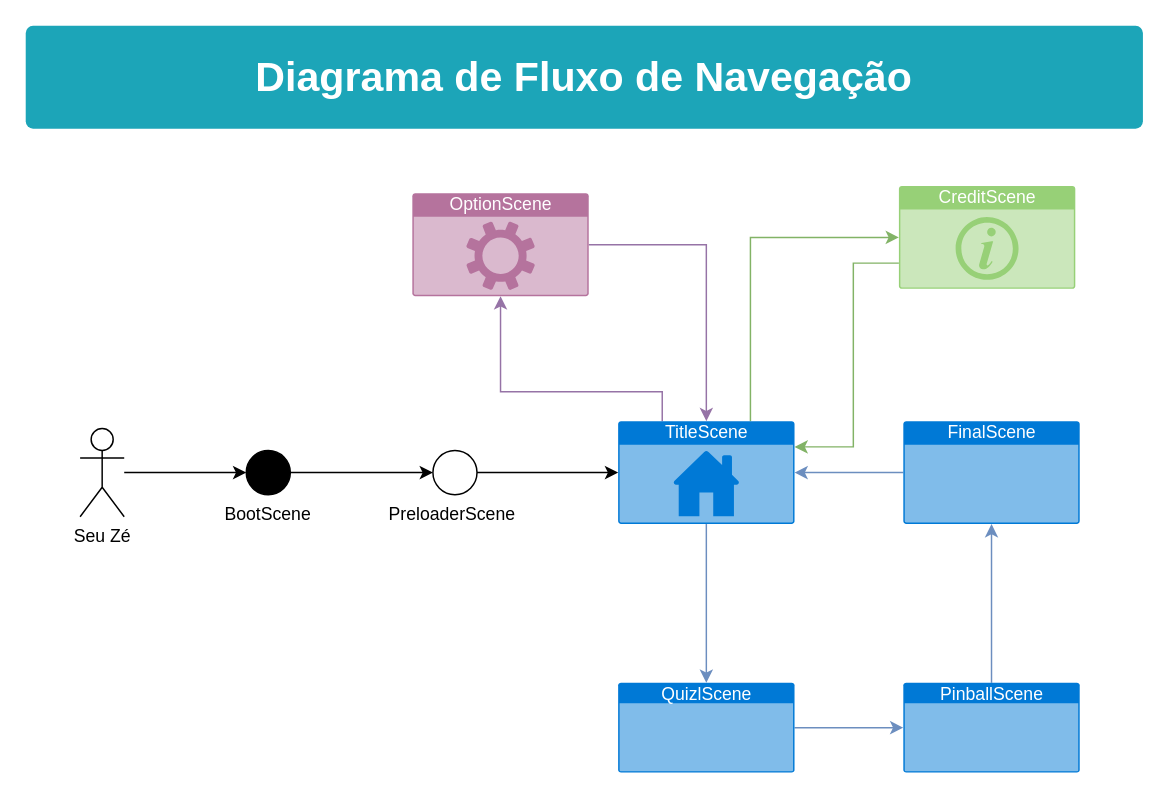
This is fluxoTela.drawio from mbacefor/knowSerpro, a draw.io file, before an edit. Source tidied: cells renumbered, new cells numbered last; positions are measured from the earlier drawing's top-left corner, leaving out a move shared by most shapes. Both pictures are drawn from the tidied source at 147%, with x=0, y=0 at pixel (25, 25).
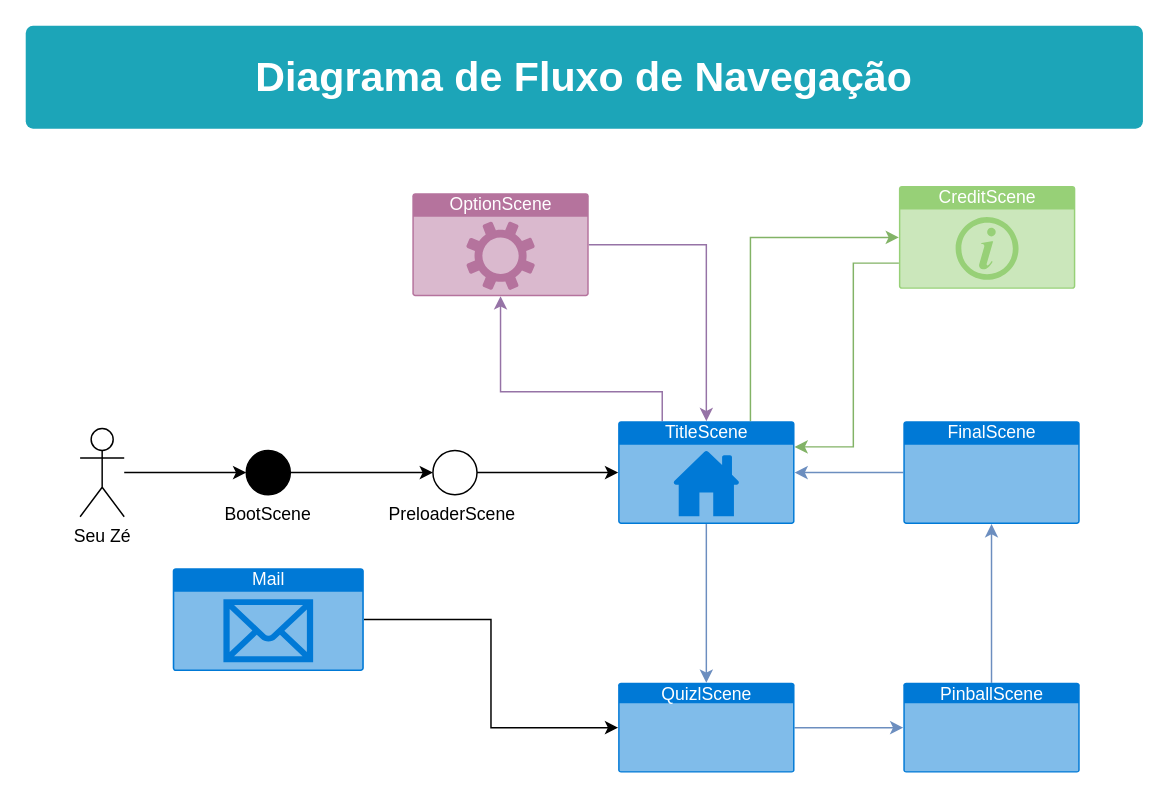
The same page after the edit.

Commit message:
Nova versão

Unchanged cells that the change refers to:
```xml
<mxCell id="14" value="&lt;span&gt;QuizlScene&lt;/span&gt;" style="html=1;strokeColor=none;fillColor=#0079D6;labelPosition=center;verticalLabelPosition=middle;verticalAlign=top;align=center;fontSize=12;outlineConnect=0;spacingTop=-6;fontColor=#FFFFFF;shape=mxgraph.sitemap.page;" parent="1" vertex="1">
  <mxGeometry x="403" y="447" width="120" height="61" as="geometry" />
</mxCell>
```

Diff of the diagram source:
```diff
@@
+    <mxCell id="23" style="edgeStyle=orthogonalEdgeStyle;rounded=0;jettySize=auto;html=1;entryX=0;entryY=0.5;entryDx=0;entryDy=0;entryPerimeter=0;" parent="1" edge="1" source="24" target="14">
+      <mxGeometry relative="1" as="geometry" />
+    </mxCell>
+    <mxCell id="24" value="Mail" style="html=1;strokeColor=none;fillColor=#0079D6;labelPosition=center;verticalLabelPosition=middle;verticalAlign=top;align=center;fontSize=12;outlineConnect=0;spacingTop=-6;fontColor=#FFFFFF;shape=mxgraph.sitemap.mail;" parent="1" vertex="1">
+      <mxGeometry x="100" y="369" width="130" height="70" as="geometry" />
+    </mxCell>
```
